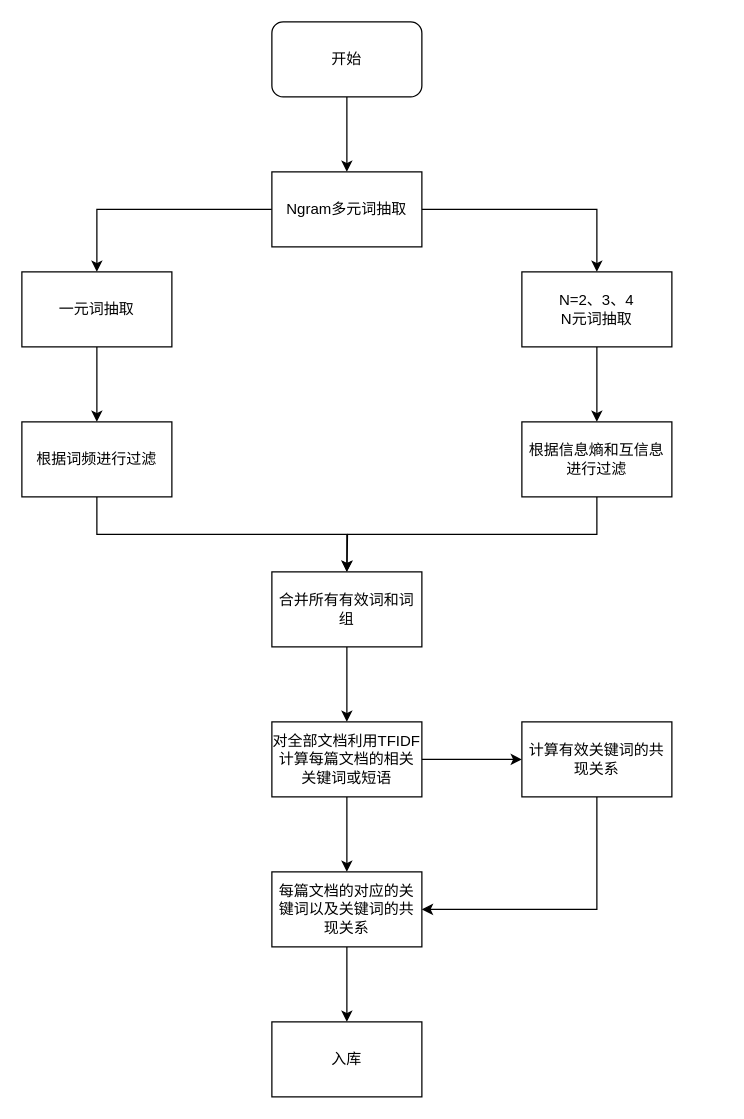
Earlier version of the draw.io diagram new word.drawio (Musk-Mxy/Mxy). Source tidied: cells renumbered, new cells numbered last; positions are measured from the earlier drawing's top-left corner, leaving out a move shared by most shapes. Both pictures are drawn from the tidied source at 125%, with x=0, y=0 at pixel (21, 21).
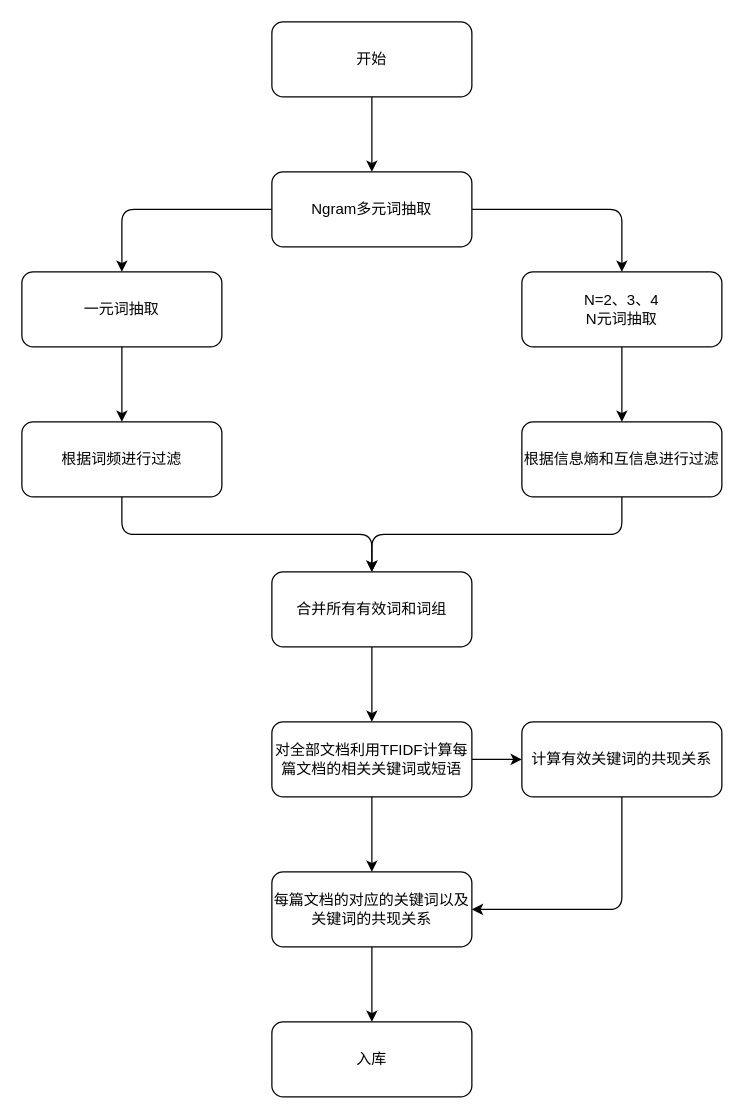
The same page after the edit.

The edit, as a diff of the source:
```diff
@@
-    <mxCell id="2" style="edgeStyle=orthogonalEdgeStyle;rounded=0;jettySize=auto;html=1;exitX=0.5;exitY=1;exitDx=0;exitDy=0;" parent="1" edge="1" source="3" target="6">
+    <mxCell id="2" style="edgeStyle=orthogonalEdgeStyle;rounded=1;jettySize=auto;html=1;exitX=0.5;exitY=1;exitDx=0;exitDy=0;" parent="1" edge="1" source="3" target="6">
       <mxGeometry relative="1" as="geometry" />
     </mxCell>
     <mxCell id="3" value="开始" style="rounded=1;whiteSpace=wrap;html=1;" parent="1" vertex="1">
-      <mxGeometry x="200" width="120" height="60" as="geometry" />
+      <mxGeometry x="200" width="160" height="60" as="geometry" />
     </mxCell>
-    <mxCell id="4" style="edgeStyle=orthogonalEdgeStyle;rounded=0;jettySize=auto;html=1;exitX=0;exitY=0.5;exitDx=0;exitDy=0;entryX=0.5;entryY=0;entryDx=0;entryDy=0;" parent="1" edge="1" source="6" target="8">
+    <mxCell id="4" style="edgeStyle=orthogonalEdgeStyle;rounded=1;jettySize=auto;html=1;exitX=0;exitY=0.5;exitDx=0;exitDy=0;entryX=0.5;entryY=0;entryDx=0;entryDy=0;" parent="1" edge="1" source="6" target="8">
       <mxGeometry relative="1" as="geometry" />
     </mxCell>
-    <mxCell id="5" style="edgeStyle=orthogonalEdgeStyle;rounded=0;jettySize=auto;html=1;exitX=1;exitY=0.5;exitDx=0;exitDy=0;entryX=0.5;entryY=0;entryDx=0;entryDy=0;" parent="1" edge="1" source="6" target="10">
+    <mxCell id="5" style="edgeStyle=orthogonalEdgeStyle;rounded=1;jettySize=auto;html=1;exitX=1;exitY=0.5;exitDx=0;exitDy=0;entryX=0.5;entryY=0;entryDx=0;entryDy=0;" parent="1" edge="1" source="6" target="10">
       <mxGeometry relative="1" as="geometry" />
     </mxCell>
-    <mxCell id="6" value="Ngram多元词抽取" style="rounded=0;whiteSpace=wrap;html=1;" parent="1" vertex="1">
-      <mxGeometry x="200" y="120" width="120" height="60" as="geometry" />
+    <mxCell id="6" value="Ngram多元词抽取" style="rounded=1;whiteSpace=wrap;html=1;" parent="1" vertex="1">
+      <mxGeometry x="200" y="120" width="160" height="60" as="geometry" />
     </mxCell>
-    <mxCell id="7" style="edgeStyle=orthogonalEdgeStyle;rounded=0;jettySize=auto;html=1;exitX=0.5;exitY=1;exitDx=0;exitDy=0;entryX=0.5;entryY=0;entryDx=0;entryDy=0;" parent="1" edge="1" source="8" target="12">
+    <mxCell id="7" style="edgeStyle=orthogonalEdgeStyle;rounded=1;jettySize=auto;html=1;exitX=0.5;exitY=1;exitDx=0;exitDy=0;entryX=0.5;entryY=0;entryDx=0;entryDy=0;" parent="1" edge="1" source="8" target="12">
       <mxGeometry relative="1" as="geometry" />
     </mxCell>
-    <mxCell id="8" value="一元词抽取" style="rounded=0;whiteSpace=wrap;html=1;" parent="1" vertex="1">
-      <mxGeometry y="200" width="120" height="60" as="geometry" />
+    <mxCell id="8" value="一元词抽取" style="rounded=1;whiteSpace=wrap;html=1;" parent="1" vertex="1">
+      <mxGeometry y="200" width="160" height="60" as="geometry" />
     </mxCell>
-    <mxCell id="9" style="edgeStyle=orthogonalEdgeStyle;rounded=0;jettySize=auto;html=1;exitX=0.5;exitY=1;exitDx=0;exitDy=0;entryX=0.5;entryY=0;entryDx=0;entryDy=0;" parent="1" edge="1" source="10" target="14">
+    <mxCell id="9" style="edgeStyle=orthogonalEdgeStyle;rounded=1;jettySize=auto;html=1;exitX=0.5;exitY=1;exitDx=0;exitDy=0;entryX=0.5;entryY=0;entryDx=0;entryDy=0;" parent="1" edge="1" source="10" target="14">
       <mxGeometry relative="1" as="geometry" />
     </mxCell>
-    <mxCell id="10" value="N=2、3、4&lt;br&gt;N元词抽取" style="rounded=0;whiteSpace=wrap;html=1;" parent="1" vertex="1">
-      <mxGeometry x="400" y="200" width="120" height="60" as="geometry" />
+    <mxCell id="10" value="N=2、3、4&lt;br&gt;N元词抽取" style="rounded=1;whiteSpace=wrap;html=1;" parent="1" vertex="1">
+      <mxGeometry x="400" y="200" width="160" height="60" as="geometry" />
     </mxCell>
-    <mxCell id="11" style="edgeStyle=orthogonalEdgeStyle;rounded=0;jettySize=auto;html=1;exitX=0.5;exitY=1;exitDx=0;exitDy=0;entryX=0.5;entryY=0;entryDx=0;entryDy=0;" parent="1" edge="1" source="12" target="16">
+    <mxCell id="11" style="edgeStyle=orthogonalEdgeStyle;rounded=1;jettySize=auto;html=1;exitX=0.5;exitY=1;exitDx=0;exitDy=0;entryX=0.5;entryY=0;entryDx=0;entryDy=0;" parent="1" edge="1" source="12" target="16">
       <mxGeometry relative="1" as="geometry" />
     </mxCell>
-    <mxCell id="12" value="根据词频进行过滤" style="rounded=0;whiteSpace=wrap;html=1;" parent="1" vertex="1">
-      <mxGeometry y="320" width="120" height="60" as="geometry" />
+    <mxCell id="12" value="根据词频进行过滤" style="rounded=1;whiteSpace=wrap;html=1;" parent="1" vertex="1">
+      <mxGeometry y="320" width="160" height="60" as="geometry" />
     </mxCell>
-    <mxCell id="13" style="edgeStyle=orthogonalEdgeStyle;rounded=0;jettySize=auto;html=1;exitX=0.5;exitY=1;exitDx=0;exitDy=0;" parent="1" edge="1" source="14">
-      <mxGeometry relative="1" as="geometry">
-        <mxPoint x="260" y="440" as="targetPoint" />
-      </mxGeometry>
+    <mxCell id="13" style="edgeStyle=orthogonalEdgeStyle;rounded=1;jettySize=auto;html=1;exitX=0.5;exitY=1;exitDx=0;exitDy=0;entryX=0.5;entryY=0;entryDx=0;entryDy=0;" parent="1" edge="1" source="14" target="16">
+      <mxGeometry relative="1" as="geometry" />
     </mxCell>
-    <mxCell id="14" value="根据信息熵和互信息进行过滤" style="rounded=0;whiteSpace=wrap;html=1;" parent="1" vertex="1">
-      <mxGeometry x="400" y="320" width="120" height="60" as="geometry" />
+    <mxCell id="14" value="根据信息熵和互信息进行过滤" style="rounded=1;whiteSpace=wrap;html=1;" parent="1" vertex="1">
+      <mxGeometry x="400" y="320" width="160" height="60" as="geometry" />
     </mxCell>
-    <mxCell id="15" style="edgeStyle=orthogonalEdgeStyle;rounded=0;jettySize=auto;html=1;exitX=0.5;exitY=1;exitDx=0;exitDy=0;" parent="1" edge="1" source="16" target="19">
+    <mxCell id="15" style="edgeStyle=orthogonalEdgeStyle;rounded=1;jettySize=auto;html=1;exitX=0.5;exitY=1;exitDx=0;exitDy=0;" parent="1" edge="1" source="16" target="19">
       <mxGeometry relative="1" as="geometry" />
     </mxCell>
-    <mxCell id="16" value="合并所有有效词和词组" style="rounded=0;whiteSpace=wrap;html=1;" parent="1" vertex="1">
-      <mxGeometry x="200" y="440" width="120" height="60" as="geometry" />
+    <mxCell id="16" value="合并所有有效词和词组" style="rounded=1;whiteSpace=wrap;html=1;" parent="1" vertex="1">
+      <mxGeometry x="200" y="440" width="160" height="60" as="geometry" />
     </mxCell>
-    <mxCell id="17" style="edgeStyle=orthogonalEdgeStyle;rounded=0;jettySize=auto;html=1;exitX=1;exitY=0.5;exitDx=0;exitDy=0;entryX=0;entryY=0.5;entryDx=0;entryDy=0;" parent="1" edge="1" source="19" target="21">
+    <mxCell id="17" style="edgeStyle=orthogonalEdgeStyle;rounded=1;jettySize=auto;html=1;exitX=1;exitY=0.5;exitDx=0;exitDy=0;entryX=0;entryY=0.5;entryDx=0;entryDy=0;" parent="1" edge="1" source="19" target="21">
       <mxGeometry relative="1" as="geometry" />
     </mxCell>
-    <mxCell id="18" style="edgeStyle=orthogonalEdgeStyle;rounded=0;jettySize=auto;html=1;exitX=0.5;exitY=1;exitDx=0;exitDy=0;entryX=0.5;entryY=0;entryDx=0;entryDy=0;" parent="1" edge="1" source="19" target="23">
+    <mxCell id="18" style="edgeStyle=orthogonalEdgeStyle;rounded=1;jettySize=auto;html=1;exitX=0.5;exitY=1;exitDx=0;exitDy=0;entryX=0.5;entryY=0;entryDx=0;entryDy=0;" parent="1" edge="1" source="19" target="23">
       <mxGeometry relative="1" as="geometry" />
     </mxCell>
-    <mxCell id="19" value="对全部文档利用TFIDF计算每篇文档的相关关键词或短语" style="rounded=0;whiteSpace=wrap;html=1;" parent="1" vertex="1">
-      <mxGeometry x="200" y="560" width="120" height="60" as="geometry" />
+    <mxCell id="19" value="对全部文档利用TFIDF计算每篇文档的相关关键词或短语" style="rounded=1;whiteSpace=wrap;html=1;" parent="1" vertex="1">
+      <mxGeometry x="200" y="560" width="160" height="60" as="geometry" />
     </mxCell>
-    <mxCell id="20" style="edgeStyle=orthogonalEdgeStyle;rounded=0;jettySize=auto;html=1;exitX=0.5;exitY=1;exitDx=0;exitDy=0;entryX=1;entryY=0.5;entryDx=0;entryDy=0;" parent="1" edge="1" source="21" target="23">
+    <mxCell id="20" style="edgeStyle=orthogonalEdgeStyle;rounded=1;jettySize=auto;html=1;exitX=0.5;exitY=1;exitDx=0;exitDy=0;entryX=1;entryY=0.5;entryDx=0;entryDy=0;" parent="1" edge="1" source="21" target="23">
       <mxGeometry relative="1" as="geometry" />
     </mxCell>
-    <mxCell id="21" value="计算有效关键词的共现关系" style="rounded=0;whiteSpace=wrap;html=1;" parent="1" vertex="1">
-      <mxGeometry x="400" y="560" width="120" height="60" as="geometry" />
+    <mxCell id="21" value="计算有效关键词的共现关系" style="rounded=1;whiteSpace=wrap;html=1;" parent="1" vertex="1">
+      <mxGeometry x="400" y="560" width="160" height="60" as="geometry" />
     </mxCell>
-    <mxCell id="22" style="edgeStyle=orthogonalEdgeStyle;rounded=0;jettySize=auto;html=1;exitX=0.5;exitY=1;exitDx=0;exitDy=0;entryX=0.5;entryY=0;entryDx=0;entryDy=0;" parent="1" edge="1" source="23" target="24">
+    <mxCell id="22" style="edgeStyle=orthogonalEdgeStyle;rounded=1;jettySize=auto;html=1;exitX=0.5;exitY=1;exitDx=0;exitDy=0;entryX=0.5;entryY=0;entryDx=0;entryDy=0;" parent="1" edge="1" source="23" target="24">
       <mxGeometry relative="1" as="geometry" />
     </mxCell>
-    <mxCell id="23" value="每篇文档的对应的关键词以及关键词的共现关系" style="rounded=0;whiteSpace=wrap;html=1;" parent="1" vertex="1">
-      <mxGeometry x="200" y="680" width="120" height="60" as="geometry" />
+    <mxCell id="23" value="每篇文档的对应的关键词以及关键词的共现关系" style="rounded=1;whiteSpace=wrap;html=1;" parent="1" vertex="1">
+      <mxGeometry x="200" y="680" width="160" height="60" as="geometry" />
     </mxCell>
-    <mxCell id="24" value="入库" style="rounded=0;whiteSpace=wrap;html=1;" parent="1" vertex="1">
-      <mxGeometry x="200" y="800" width="120" height="60" as="geometry" />
+    <mxCell id="24" value="入库" style="rounded=1;whiteSpace=wrap;html=1;" parent="1" vertex="1">
+      <mxGeometry x="200" y="800" width="160" height="60" as="geometry" />
     </mxCell>
```
